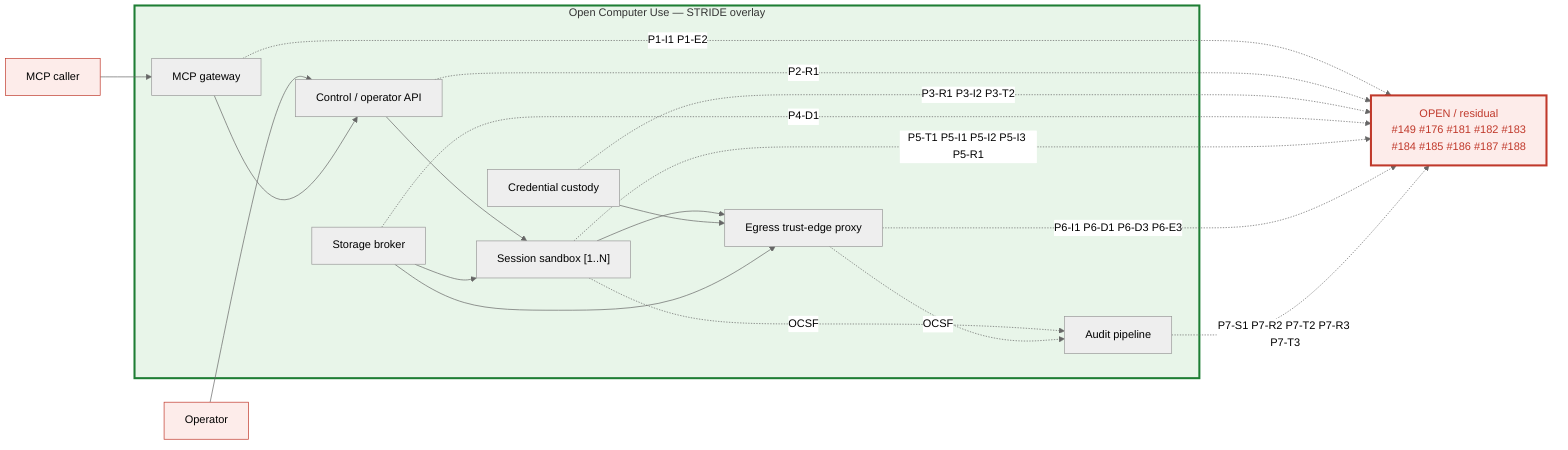
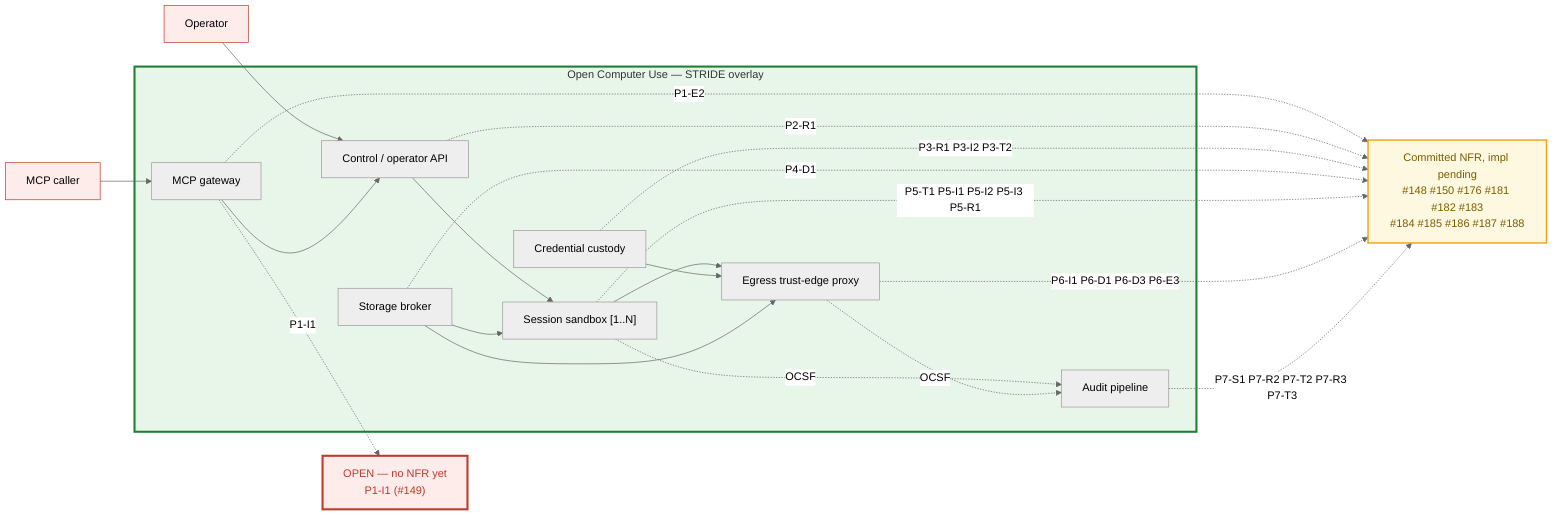
%% SPDX-License-Identifier: FSL-1.1-Apache-2.0
%% Copyright (c) 2025 Open Computer Use Contributors
%% Layer 7 STRIDE overlay on the Layer 6 container DFD. Referenced from docs/architecture/06-threat-model.md.
%% OPEN/residual threats annotated per element; the DFD itself is canonical in c4-container.mmd (not redrawn).
%%{init: {"theme": "neutral"} }%%
flowchart LR
    PEER["MCP caller"]:::ext
    OPER["Operator"]:::ext
    subgraph OCU["Open Computer Use — STRIDE overlay"]
        MCPG["MCP gateway"]
        CTRL["Control / operator API"]
        CUST["Credential custody"]
        STORE["Storage broker"]
        VM["Session sandbox [1..N]"]
        EDGE["Egress trust-edge proxy"]
        AUD["Audit pipeline"]
    end
    PEER --> MCPG
    OPER --> CTRL
    MCPG --> CTRL
    CTRL --> VM
    STORE --> VM
    VM --> EDGE
    CUST --> EDGE
    STORE --> EDGE
    VM -.OCSF.-> AUD
    EDGE -.OCSF.-> AUD

-     OPEN["OPEN / residual<br/>#149 #176 #181 #182 #183<br/>#184 #185 #186 #187 #188"]:::open
-     MCPG -. P1-I1 P1-E2 .-> OPEN
-     CTRL -. P2-R1 .-> OPEN
-     CUST -. P3-R1 P3-I2 P3-T2 .-> OPEN
-     STORE -. P4-D1 .-> OPEN
-     VM -. P5-T1 P5-I1 P5-I2 P5-I3 P5-R1 .-> OPEN
-     EDGE -. P6-I1 P6-D1 P6-D3 P6-E3 .-> OPEN
-     AUD -. P7-S1 P7-R2 P7-T2 P7-R3 P7-T3 .-> OPEN
+     OPEN["OPEN — no NFR yet<br/>P1-I1 (#149)"]:::open
+     PEND["Committed NFR, impl pending<br/>#148 #150 #176 #181 #182 #183<br/>#184 #185 #186 #187 #188"]:::pend
+     MCPG -. P1-I1 .-> OPEN
+     MCPG -. P1-E2 .-> PEND
+     CTRL -. P2-R1 .-> PEND
+     CUST -. P3-R1 P3-I2 P3-T2 .-> PEND
+     STORE -. P4-D1 .-> PEND
+     VM -. P5-T1 P5-I1 P5-I2 P5-I3 P5-R1 .-> PEND
+     EDGE -. P6-I1 P6-D1 P6-D3 P6-E3 .-> PEND
+     AUD -. P7-S1 P7-R2 P7-T2 P7-R3 P7-T3 .-> PEND

    classDef ext fill:#fdecea,stroke:#c0392b,stroke-width:1px;
    classDef open fill:#fdecea,stroke:#c0392b,stroke-width:3px,color:#c0392b;
+     classDef pend fill:#fff8e1,stroke:#f39c12,stroke-width:2px,color:#7a5c00;
    style OCU fill:#e8f5e9,stroke:#1e7e34,stroke-width:3px;
